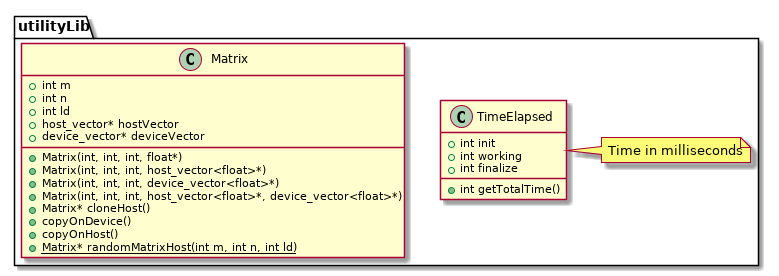
Above: uml/out/uml/src/BaseUtilityDiagram.png in newfla/CUDA-K-SVD-Denoising (PlantUML), before the change.
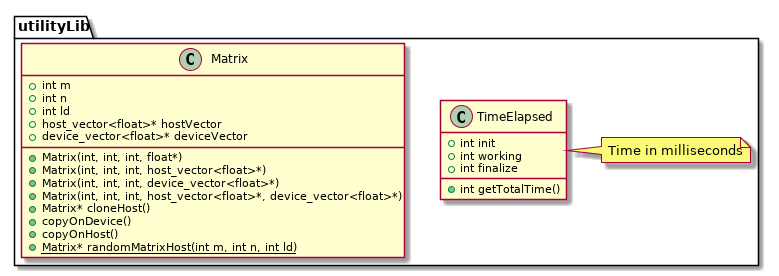
After the change.

Diff of the diagram source:
```diff
@@ -6,8 +6,8 @@
         + int m
         + int n
         + int ld
-        + host_vector* hostVector
-        + device_vector* deviceVector
+        + host_vector<float>* hostVector
+        + device_vector<float>* deviceVector
 
         + Matrix(int, int, int, float*)
         + Matrix(int, int, int, host_vector<float>*)
@@ -27,7 +27,4 @@
     }
 
     note right: Time in milliseconds
-
-
-
 @enduml
```
